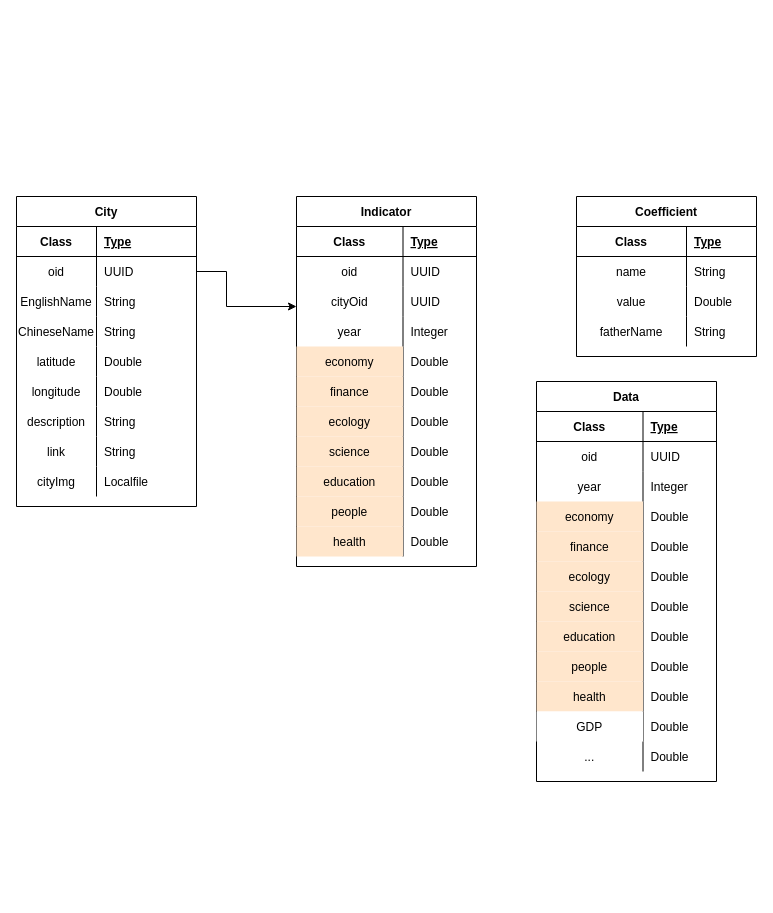
This is bigdata.drawio from pyonSec/city, a draw.io file, before an edit. Source tidied: cells renumbered, new cells numbered last; positions are measured from the earlier drawing's top-left corner, leaving out a move shared by most shapes. Both pictures are drawn from the tidied source at 100%, with x=0, y=0 at pixel (16, 196).
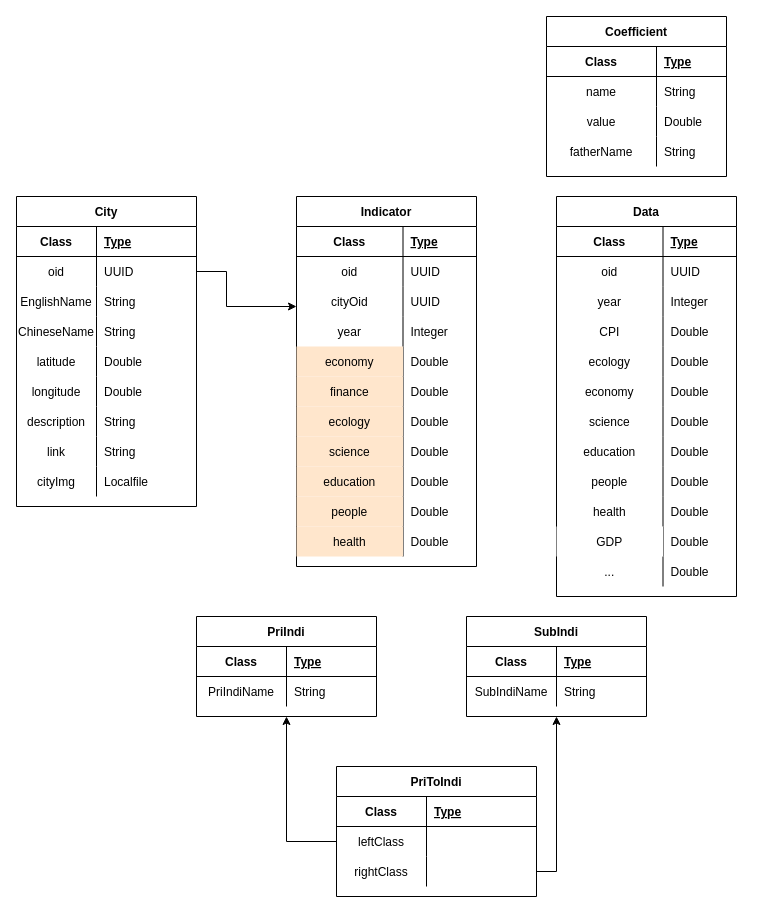
The same page after the edit.

The change refers to these unchanged cells:
```xml
<mxCell id="97" style="shape=partialRectangle;fillColor=none;top=0;left=0;bottom=0;right=0;" parent="78" vertex="1">
  <mxGeometry y="210" width="180" height="30" as="geometry" />
</mxCell>
<mxCell id="100" style="shape=partialRectangle;fillColor=none;top=0;left=0;bottom=0;right=0;" parent="78" vertex="1">
  <mxGeometry y="240" width="180" height="30" as="geometry" />
</mxCell>
<mxCell id="103" style="shape=partialRectangle;fillColor=none;top=0;left=0;bottom=0;right=0;" parent="78" vertex="1">
  <mxGeometry y="270" width="180" height="30" as="geometry" />
</mxCell>
<mxCell id="106" style="shape=partialRectangle;fillColor=none;top=0;left=0;bottom=0;right=0;" parent="78" vertex="1">
  <mxGeometry y="300" width="180" height="30" as="geometry" />
</mxCell>
```

Diff of the diagram source:
```diff
@@
     <mxCell id="65" value="Coefficient" style="shape=table;startSize=30;childLayout=tableLayout;rowLines=0;fontStyle=1;align=center;" parent="1" vertex="1">
-      <mxGeometry x="560" width="180" height="160" as="geometry" />
+      <mxGeometry x="530" y="-180" width="180" height="160" as="geometry" />
     </mxCell>
@@
     <mxCell id="78" value="Data" style="shape=table;startSize=30;childLayout=tableLayout;rowLines=0;fontStyle=1;align=center;" parent="1" vertex="1">
-      <mxGeometry x="520" y="185" width="180" height="400" as="geometry" />
+      <mxGeometry x="540" width="180" height="400" as="geometry" />
     </mxCell>
@@
-    <mxCell id="88" style="shape=partialRectangle;fillColor=none;top=0;left=0;bottom=0;right=0;" parent="78" vertex="1">
-      <mxGeometry y="120" width="180" height="30" as="geometry" />
-    </mxCell>
-    <mxCell id="89" value="economy" style="shape=partialRectangle;fillColor=#ffe6cc;top=0;left=0;bottom=0;right=0;overflow=hidden;strokeColor=#d79b00;" parent="88" vertex="1">
-      <mxGeometry width="106.5" height="30" as="geometry" />
-    </mxCell>
-    <mxCell id="90" value="Double" style="shape=partialRectangle;fillColor=none;top=0;left=0;bottom=0;right=0;align=left;spacingLeft=6;overflow=hidden;" parent="88" vertex="1">
-      <mxGeometry x="106.5" width="73.5" height="30" as="geometry" />
-    </mxCell>
     <mxCell id="91" style="shape=partialRectangle;fillColor=none;top=0;left=0;bottom=0;right=0;" parent="78" vertex="1">
-      <mxGeometry y="150" width="180" height="30" as="geometry" />
+      <mxGeometry y="120" width="180" height="30" as="geometry" />
     </mxCell>
-    <mxCell id="92" value="finance" style="shape=partialRectangle;fillColor=#ffe6cc;top=0;left=0;bottom=0;right=0;overflow=hidden;strokeColor=#d79b00;" parent="91" vertex="1">
+    <mxCell id="92" value="CPI" style="shape=partialRectangle;top=0;left=0;bottom=0;right=0;overflow=hidden;strokeColor=#d79b00;fillColor=none;" parent="91" vertex="1">
       <mxGeometry width="106.5" height="30" as="geometry" />
     </mxCell>
@@
     <mxCell id="94" style="shape=partialRectangle;fillColor=none;top=0;left=0;bottom=0;right=0;" parent="78" vertex="1">
-      <mxGeometry y="180" width="180" height="30" as="geometry" />
+      <mxGeometry y="150" width="180" height="30" as="geometry" />
     </mxCell>
-    <mxCell id="95" value="ecology" style="shape=partialRectangle;fillColor=#ffe6cc;top=0;left=0;bottom=0;right=0;overflow=hidden;strokeColor=#d79b00;" parent="94" vertex="1">
+    <mxCell id="95" value="ecology" style="shape=partialRectangle;top=0;left=0;bottom=0;right=0;overflow=hidden;strokeColor=#d79b00;fillColor=none;" parent="94" vertex="1">
       <mxGeometry width="106.5" height="30" as="geometry" />
     </mxCell>
@@
+    <mxCell id="88" style="shape=partialRectangle;fillColor=none;top=0;left=0;bottom=0;right=0;" parent="78" vertex="1">
+      <mxGeometry y="180" width="180" height="30" as="geometry" />
+    </mxCell>
+    <mxCell id="89" value="economy" style="shape=partialRectangle;top=0;left=0;bottom=0;right=0;overflow=hidden;strokeColor=#d79b00;fillColor=none;" parent="88" vertex="1">
+      <mxGeometry width="106.5" height="30" as="geometry" />
+    </mxCell>
+    <mxCell id="90" value="Double" style="shape=partialRectangle;fillColor=none;top=0;left=0;bottom=0;right=0;align=left;spacingLeft=6;overflow=hidden;" parent="88" vertex="1">
+      <mxGeometry x="106.5" width="73.5" height="30" as="geometry" />
+    </mxCell>
@@
-    <mxCell id="98" value="science" style="shape=partialRectangle;fillColor=#ffe6cc;top=0;left=0;bottom=0;right=0;overflow=hidden;strokeColor=#d79b00;" parent="97" vertex="1">
+    <mxCell id="98" value="science" style="shape=partialRectangle;top=0;left=0;bottom=0;right=0;overflow=hidden;strokeColor=#d79b00;fillColor=none;" parent="97" vertex="1">
       <mxGeometry width="106.5" height="30" as="geometry" />
     </mxCell>
@@
-    <mxCell id="101" value="education" style="shape=partialRectangle;fillColor=#ffe6cc;top=0;left=0;bottom=0;right=0;overflow=hidden;strokeColor=#d79b00;" parent="100" vertex="1">
+    <mxCell id="101" value="education" style="shape=partialRectangle;top=0;left=0;bottom=0;right=0;overflow=hidden;strokeColor=#d79b00;fillColor=none;" parent="100" vertex="1">
       <mxGeometry width="106.5" height="30" as="geometry" />
     </mxCell>
@@
-    <mxCell id="104" value="people" style="shape=partialRectangle;fillColor=#ffe6cc;top=0;left=0;bottom=0;right=0;overflow=hidden;strokeColor=#d79b00;" parent="103" vertex="1">
+    <mxCell id="104" value="people" style="shape=partialRectangle;top=0;left=0;bottom=0;right=0;overflow=hidden;strokeColor=#d79b00;fillColor=none;" parent="103" vertex="1">
       <mxGeometry width="106.5" height="30" as="geometry" />
     </mxCell>
@@
-    <mxCell id="107" value="health" style="shape=partialRectangle;fillColor=#ffe6cc;top=0;left=0;bottom=0;right=0;overflow=hidden;strokeColor=#d79b00;" parent="106" vertex="1">
+    <mxCell id="107" value="health" style="shape=partialRectangle;top=0;left=0;bottom=0;right=0;overflow=hidden;strokeColor=#d79b00;fillColor=none;" parent="106" vertex="1">
       <mxGeometry width="106.5" height="30" as="geometry" />
     </mxCell>
@@
+    <mxCell id="115" value="PriIndi" style="shape=table;startSize=30;childLayout=tableLayout;rowLines=0;fontStyle=1;align=center;fillColor=none;" parent="1" vertex="1">
+      <mxGeometry x="180" y="420" width="180" height="100" as="geometry" />
+    </mxCell>
+    <mxCell id="116" style="shape=partialRectangle;fillColor=none;top=0;left=0;bottom=1;right=0;" parent="115" vertex="1">
+      <mxGeometry y="30" width="180" height="30" as="geometry" />
+    </mxCell>
+    <mxCell id="117" value="Class" style="shape=partialRectangle;fillColor=none;top=0;left=0;bottom=0;right=0;fontStyle=1;overflow=hidden;" parent="116" vertex="1">
+      <mxGeometry width="90" height="30" as="geometry" />
+    </mxCell>
+    <mxCell id="118" value="Type" style="shape=partialRectangle;fillColor=none;top=0;left=0;bottom=0;right=0;align=left;spacingLeft=6;fontStyle=5;overflow=hidden;" parent="116" vertex="1">
+      <mxGeometry x="90" width="90" height="30" as="geometry" />
+    </mxCell>
+    <mxCell id="119" style="shape=partialRectangle;fillColor=none;top=0;left=0;bottom=0;right=0;" parent="115" vertex="1">
+      <mxGeometry y="60" width="180" height="30" as="geometry" />
+    </mxCell>
+    <mxCell id="120" value="PriIndiName" style="shape=partialRectangle;fillColor=none;top=0;left=0;bottom=0;right=0;overflow=hidden;" parent="119" vertex="1">
+      <mxGeometry width="90" height="30" as="geometry" />
+    </mxCell>
+    <mxCell id="121" value="String" style="shape=partialRectangle;fillColor=none;top=0;left=0;bottom=0;right=0;align=left;spacingLeft=6;overflow=hidden;" parent="119" vertex="1">
+      <mxGeometry x="90" width="90" height="30" as="geometry" />
+    </mxCell>
+    <mxCell id="122" value="SubIndi" style="shape=table;startSize=30;childLayout=tableLayout;rowLines=0;fontStyle=1;align=center;fillColor=none;" parent="1" vertex="1">
+      <mxGeometry x="450" y="420" width="180" height="100" as="geometry" />
+    </mxCell>
+    <mxCell id="123" style="shape=partialRectangle;fillColor=none;top=0;left=0;bottom=1;right=0;" parent="122" vertex="1">
+      <mxGeometry y="30" width="180" height="30" as="geometry" />
+    </mxCell>
+    <mxCell id="124" value="Class" style="shape=partialRectangle;fillColor=none;top=0;left=0;bottom=0;right=0;fontStyle=1;overflow=hidden;" parent="123" vertex="1">
+      <mxGeometry width="90" height="30" as="geometry" />
+    </mxCell>
+    <mxCell id="125" value="Type" style="shape=partialRectangle;fillColor=none;top=0;left=0;bottom=0;right=0;align=left;spacingLeft=6;fontStyle=5;overflow=hidden;" parent="123" vertex="1">
+      <mxGeometry x="90" width="90" height="30" as="geometry" />
+    </mxCell>
+    <mxCell id="126" style="shape=partialRectangle;fillColor=none;top=0;left=0;bottom=0;right=0;" parent="122" vertex="1">
+      <mxGeometry y="60" width="180" height="30" as="geometry" />
+    </mxCell>
+    <mxCell id="127" value="SubIndiName" style="shape=partialRectangle;fillColor=none;top=0;left=0;bottom=0;right=0;overflow=hidden;" parent="126" vertex="1">
+      <mxGeometry width="90" height="30" as="geometry" />
+    </mxCell>
+    <mxCell id="128" value="String" style="shape=partialRectangle;fillColor=none;top=0;left=0;bottom=0;right=0;align=left;spacingLeft=6;overflow=hidden;" parent="126" vertex="1">
+      <mxGeometry x="90" width="90" height="30" as="geometry" />
+    </mxCell>
+    <mxCell id="129" value="PriToIndi" style="shape=table;startSize=30;childLayout=tableLayout;rowLines=0;fontStyle=1;align=center;fillColor=none;" parent="1" vertex="1">
+      <mxGeometry x="320" y="570" width="200" height="130" as="geometry" />
+    </mxCell>
+    <mxCell id="130" style="shape=partialRectangle;fillColor=none;top=0;left=0;bottom=1;right=0;" parent="129" vertex="1">
+      <mxGeometry y="30" width="200" height="30" as="geometry" />
+    </mxCell>
+    <mxCell id="131" value="Class" style="shape=partialRectangle;fillColor=none;top=0;left=0;bottom=0;right=0;fontStyle=1;overflow=hidden;" parent="130" vertex="1">
+      <mxGeometry width="90" height="30" as="geometry" />
+    </mxCell>
+    <mxCell id="132" value="Type" style="shape=partialRectangle;fillColor=none;top=0;left=0;bottom=0;right=0;align=left;spacingLeft=6;fontStyle=5;overflow=hidden;" parent="130" vertex="1">
+      <mxGeometry x="90" width="110" height="30" as="geometry" />
+    </mxCell>
+    <mxCell id="133" style="shape=partialRectangle;fillColor=none;top=0;left=0;bottom=0;right=0;points=[[0,0.5],[1,0.5]];portConstraint=eastwest;" parent="129" vertex="1">
+      <mxGeometry y="60" width="200" height="30" as="geometry" />
+    </mxCell>
+    <mxCell id="134" value="leftClass" style="shape=partialRectangle;fillColor=none;top=0;left=0;bottom=0;right=0;overflow=hidden;" parent="133" vertex="1">
+      <mxGeometry width="90" height="30" as="geometry" />
+    </mxCell>
+    <mxCell id="135" style="shape=partialRectangle;fillColor=none;top=0;left=0;bottom=0;right=0;align=left;spacingLeft=6;overflow=hidden;" parent="133" vertex="1">
+      <mxGeometry x="90" width="110" height="30" as="geometry" />
+    </mxCell>
+    <mxCell id="136" style="shape=partialRectangle;fillColor=none;top=0;left=0;bottom=0;right=0;points=[[0,0.5],[1,0.5]];portConstraint=eastwest;" parent="129" vertex="1">
+      <mxGeometry y="90" width="200" height="30" as="geometry" />
+    </mxCell>
+    <mxCell id="137" value="rightClass" style="shape=partialRectangle;fillColor=none;top=0;left=0;bottom=0;right=0;overflow=hidden;" parent="136" vertex="1">
+      <mxGeometry width="90" height="30" as="geometry" />
+    </mxCell>
+    <mxCell id="138" style="shape=partialRectangle;fillColor=none;top=0;left=0;bottom=0;right=0;align=left;spacingLeft=6;overflow=hidden;" parent="136" vertex="1">
+      <mxGeometry x="90" width="110" height="30" as="geometry" />
+    </mxCell>
+    <mxCell id="139" style="edgeStyle=orthogonalEdgeStyle;rounded=0;jettySize=auto;html=1;exitX=0;exitY=0.5;exitDx=0;exitDy=0;entryX=0.5;entryY=1;entryDx=0;entryDy=0;" parent="1" edge="1" source="133" target="115">
+      <mxGeometry relative="1" as="geometry" />
+    </mxCell>
+    <mxCell id="140" style="edgeStyle=orthogonalEdgeStyle;rounded=0;jettySize=auto;html=1;exitX=1;exitY=0.5;exitDx=0;exitDy=0;entryX=0.5;entryY=1;entryDx=0;entryDy=0;" parent="1" edge="1" source="136" target="122">
+      <mxGeometry relative="1" as="geometry" />
+    </mxCell>
```
